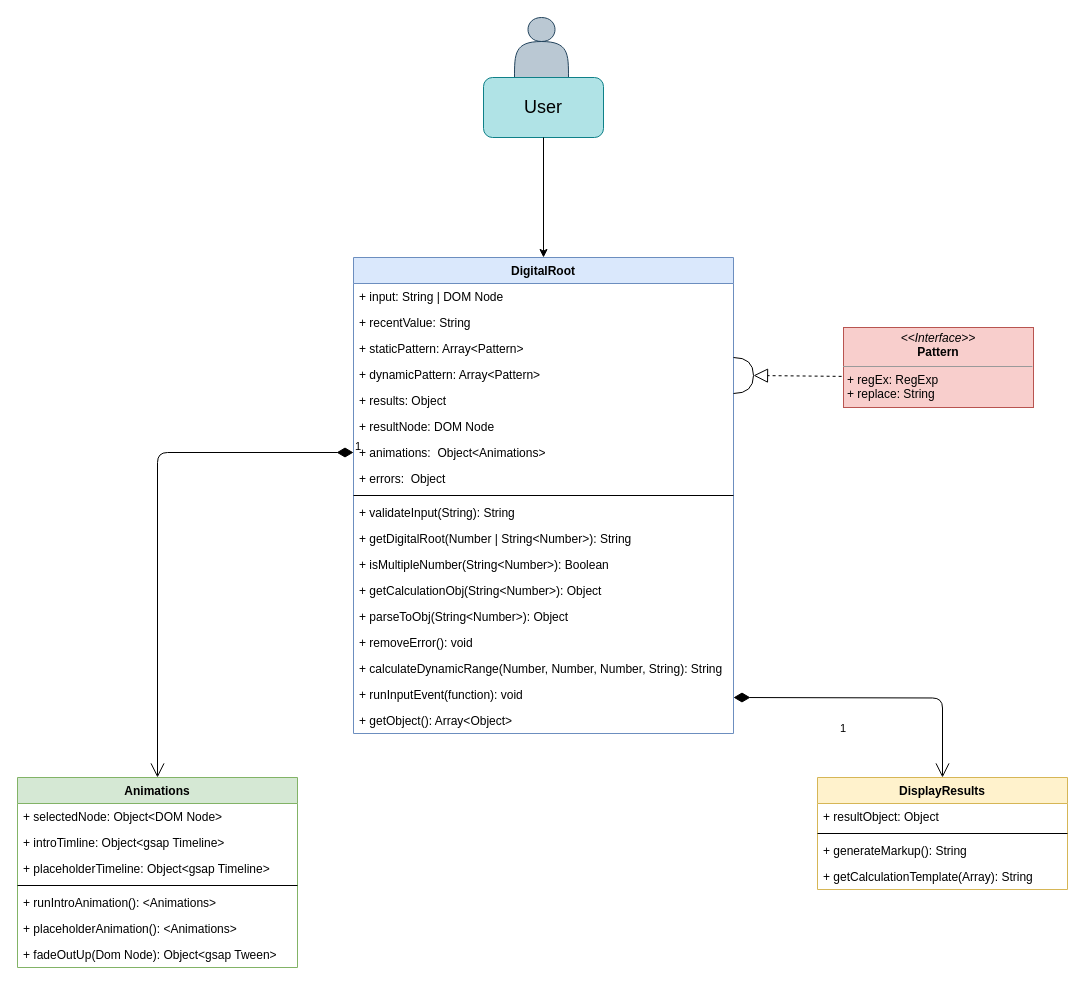
fahimfaisaal/Digital-root-calculator keeps this draw.io diagram as UML.drawio. Above is the earlier version. Source tidied: cells renumbered, new cells numbered last; positions are measured from the earlier drawing's top-left corner, leaving out a move shared by most shapes. Both pictures are drawn from the tidied source at 100%, with x=0, y=0 at pixel (17, 17).
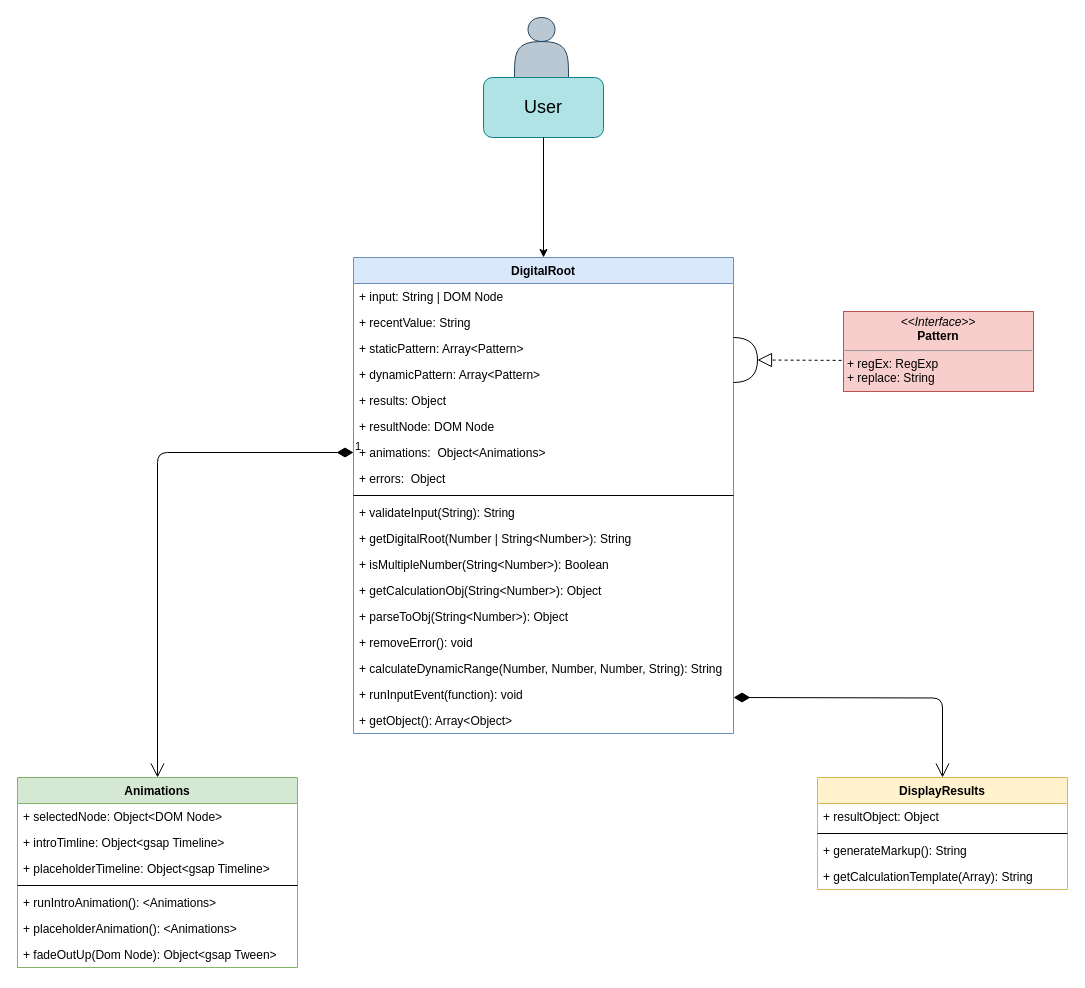
The same page after the edit.

Unchanged cells that the change refers to:
```xml
<mxCell id="2" value="DisplayResults" style="swimlane;fontStyle=1;align=center;verticalAlign=top;horizontal=1;startSize=26;fillColor=#fff2cc;strokeColor=#d6b656;" parent="1" vertex="1">
  <mxGeometry x="800" y="760" width="250" height="112" as="geometry" />
</mxCell>
```

The edit, as a diff of the source:
```diff
@@
     <mxCell id="35" value="&lt;p style=&quot;margin: 0px ; margin-top: 4px ; text-align: center&quot;&gt;&lt;i&gt;&amp;lt;&amp;lt;Interface&amp;gt;&amp;gt;&lt;/i&gt;&lt;br&gt;&lt;b&gt;Pattern&lt;/b&gt;&lt;/p&gt;&lt;hr size=&quot;1&quot;&gt;&lt;p style=&quot;margin: 0px ; margin-left: 4px&quot;&gt;+ regEx: RegExp&lt;br&gt;+ replace: String&lt;/p&gt;&lt;p style=&quot;margin: 0px ; margin-left: 4px&quot;&gt;&lt;br&gt;&lt;/p&gt;" style="verticalAlign=top;align=left;overflow=fill;fontSize=12;fontFamily=Helvetica;html=1;fillColor=#f8cecc;strokeColor=#b85450;" parent="1" vertex="1">
-      <mxGeometry x="826" y="310" width="190" height="80" as="geometry" />
+      <mxGeometry x="826" y="294" width="190" height="80" as="geometry" />
     </mxCell>
     <mxCell id="36" style="shape=requiredInterface;html=1;verticalLabelPosition=bottom;sketch=0;fillColor=none;gradientColor=none;align=left;verticalAlign=top;" parent="1" vertex="1">
-      <mxGeometry x="716" y="340" width="20" height="36" as="geometry" />
+      <mxGeometry x="716" y="320" width="24" height="45" as="geometry" />
     </mxCell>
@@
-    <mxCell id="38" value="1" style="endArrow=open;html=1;endSize=12;startArrow=diamondThin;startSize=14;startFill=1;edgeStyle=orthogonalEdgeStyle;align=left;verticalAlign=bottom;rounded=1;" parent="1" edge="1" target="2">
+    <mxCell id="38" style="endArrow=open;html=1;endSize=12;startArrow=diamondThin;startSize=14;startFill=1;edgeStyle=orthogonalEdgeStyle;align=left;verticalAlign=bottom;rounded=1;" parent="1" edge="1" target="2">
       <mxGeometry x="656" y="280" as="geometry">
         <mxPoint x="716" y="680" as="sourcePoint" />
       </mxGeometry>
     </mxCell>
```
